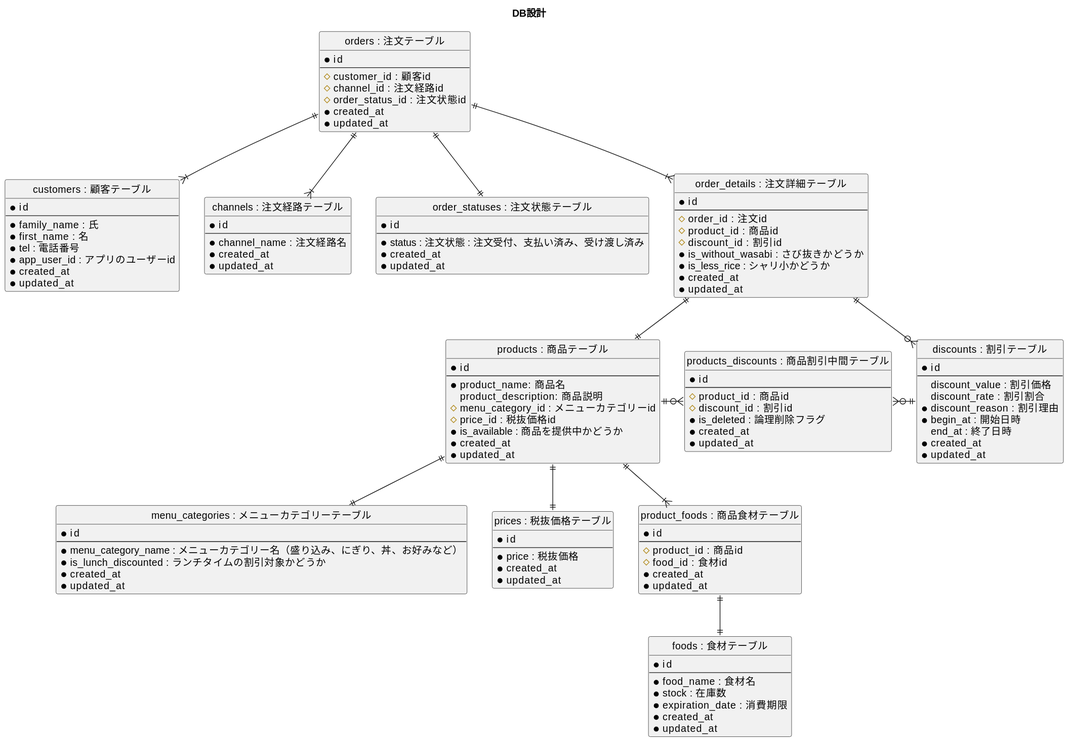
The PlantUML diagram RSnHzWhxTB705z/01_データベース設計/01_DBモデリング1/01_01_03_er_diagram.svg in praha-inc/praha-challenge-7, before a commit.
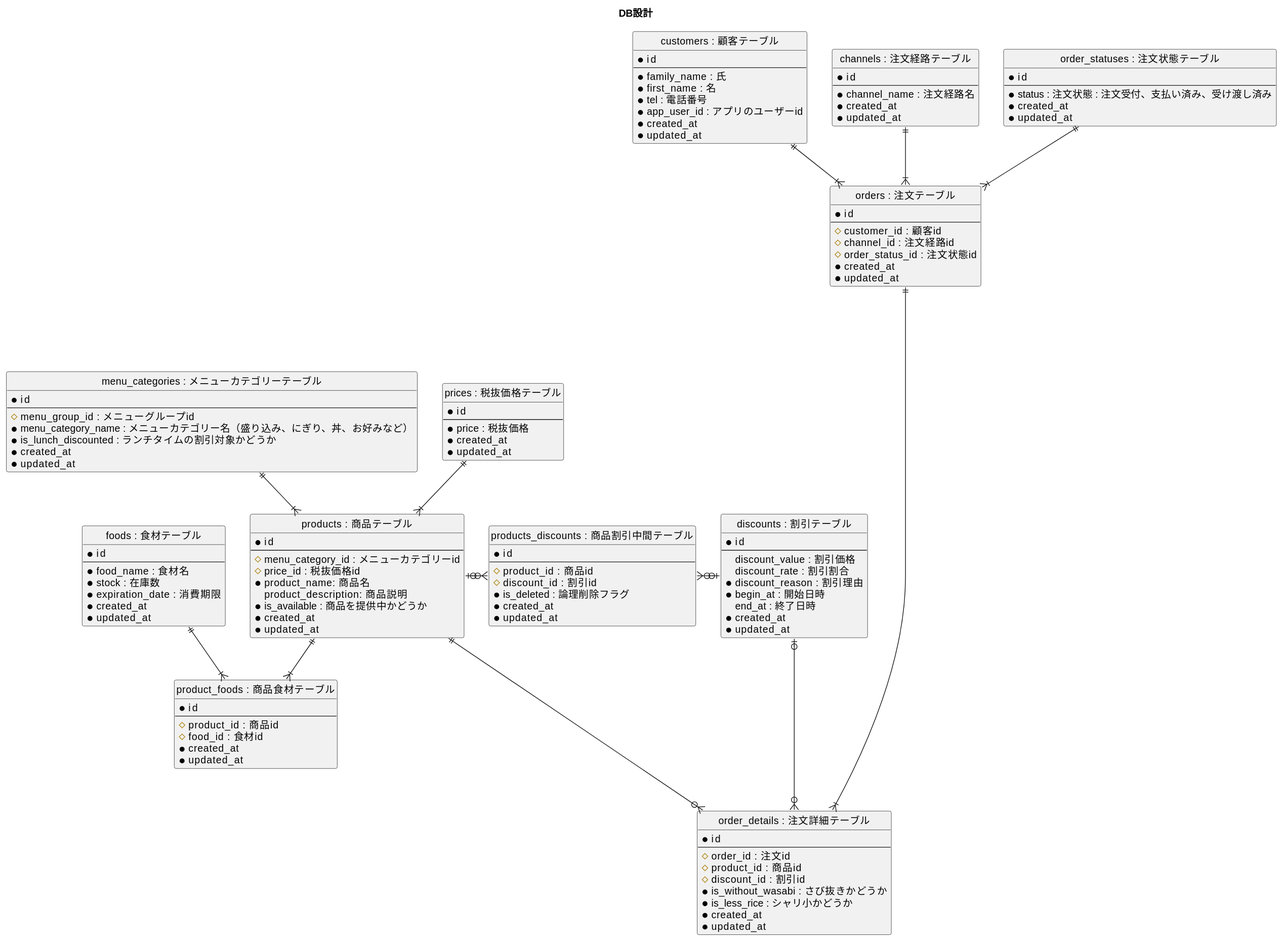
Later version of the same file.

Commit message:
[update] 01_DBモデリング1　課題3 ER図を修正（カーディナリティ、親子関係の位置）

Diff of the diagram source:
```diff
@@ -2,16 +2,6 @@
 hide circle
 
 title DB設計
-
-entity "orders : 注文テーブル" as orders {
-  *id
-  --
-  #customer_id : 顧客id
-  #channel_id : 注文経路id
-  #order_status_id : 注文状態id
-  *created_at
-  *updated_at
-}
 
 entity "customers : 顧客テーブル" as customers {
   *id
@@ -40,26 +30,12 @@
   *updated_at
 }
 
-entity "order_details : 注文詳細テーブル" as order_details {
+entity "orders : 注文テーブル" as orders {
   *id
   --
-  #order_id : 注文id
-  #product_id : 商品id
-  #discount_id : 割引id
-  *is_without_wasabi : さび抜きかどうか
-  *is_less_rice : シャリ小かどうか
-  *created_at
-  *updated_at
-}
-
-entity "products : 商品テーブル" as products {
-  *id
-  --
-  *product_name: 商品名
-  product_description: 商品説明
-  #menu_category_id : メニューカテゴリーid
-  #price_id : 税抜価格id
-  *is_available : 商品を提供中かどうか
+  #customer_id : 顧客id
+  #channel_id : 注文経路id
+  #order_status_id : 注文状態id
   *created_at
   *updated_at
 }
@@ -67,6 +43,7 @@
 entity "menu_categories : メニューカテゴリーテーブル" as menu_categories {
   *id
   --
+  #menu_group_id : メニューグループid
   *menu_category_name : メニューカテゴリー名（盛り込み、にぎり、丼、お好みなど）
   *is_lunch_discounted : ランチタイムの割引対象かどうか
   *created_at
@@ -77,6 +54,18 @@
   *id
   --
   *price : 税抜価格
+  *created_at
+  *updated_at
+}
+
+entity "products : 商品テーブル" as products {
+  *id
+  --
+  #menu_category_id : メニューカテゴリーid
+  #price_id : 税抜価格id
+  *product_name: 商品名
+  product_description: 商品説明
+  *is_available : 商品を提供中かどうか
   *created_at
   *updated_at
 }
@@ -103,15 +92,6 @@
   *updated_at
 }
 
-entity "product_foods : 商品食材テーブル" as product_foods {
-  *id
-  --
-  #product_id : 商品id
-  #food_id : 食材id
-  *created_at
-  *updated_at
-}
-
 entity "foods : 食材テーブル" as foods {
   *id
   --
@@ -122,20 +102,41 @@
   *updated_at
 }
 
-orders ||--|{ customers
-orders ||--|{ channels
-orders ||--|| order_statuses
-orders ||--|{ order_details
+entity "product_foods : 商品食材テーブル" as product_foods {
+  *id
+  --
+  #product_id : 商品id
+  #food_id : 食材id
+  *created_at
+  *updated_at
+}
 
-order_details ||--|| products
-order_details ||--o{ discounts
+entity "order_details : 注文詳細テーブル" as order_details {
+  *id
+  --
+  #order_id : 注文id
+  #product_id : 商品id
+  #discount_id : 割引id
+  *is_without_wasabi : さび抜きかどうか
+  *is_less_rice : シャリ小かどうか
+  *created_at
+  *updated_at
+}
 
-products ||--|| menu_categories
-products ||--|| prices
+customers ||--|{ orders
+channels ||--|{ orders
+order_statuses ||--|{ orders
+
+orders ||------|{ order_details
+products ||---o{ order_details
+discounts |o---o{ order_details
+
+menu_categories ||--|{ products
+prices ||--|{ products
+
+products |o-r-o{ products_discounts
+discounts |o-l-o{ products_discounts
+
 products ||--|{ product_foods
-
-products ||-r-o{ products_discounts
-discounts ||-l-o{ products_discounts
-
-product_foods ||--|| foods
+foods ||--|{ product_foods
 @enduml
```
